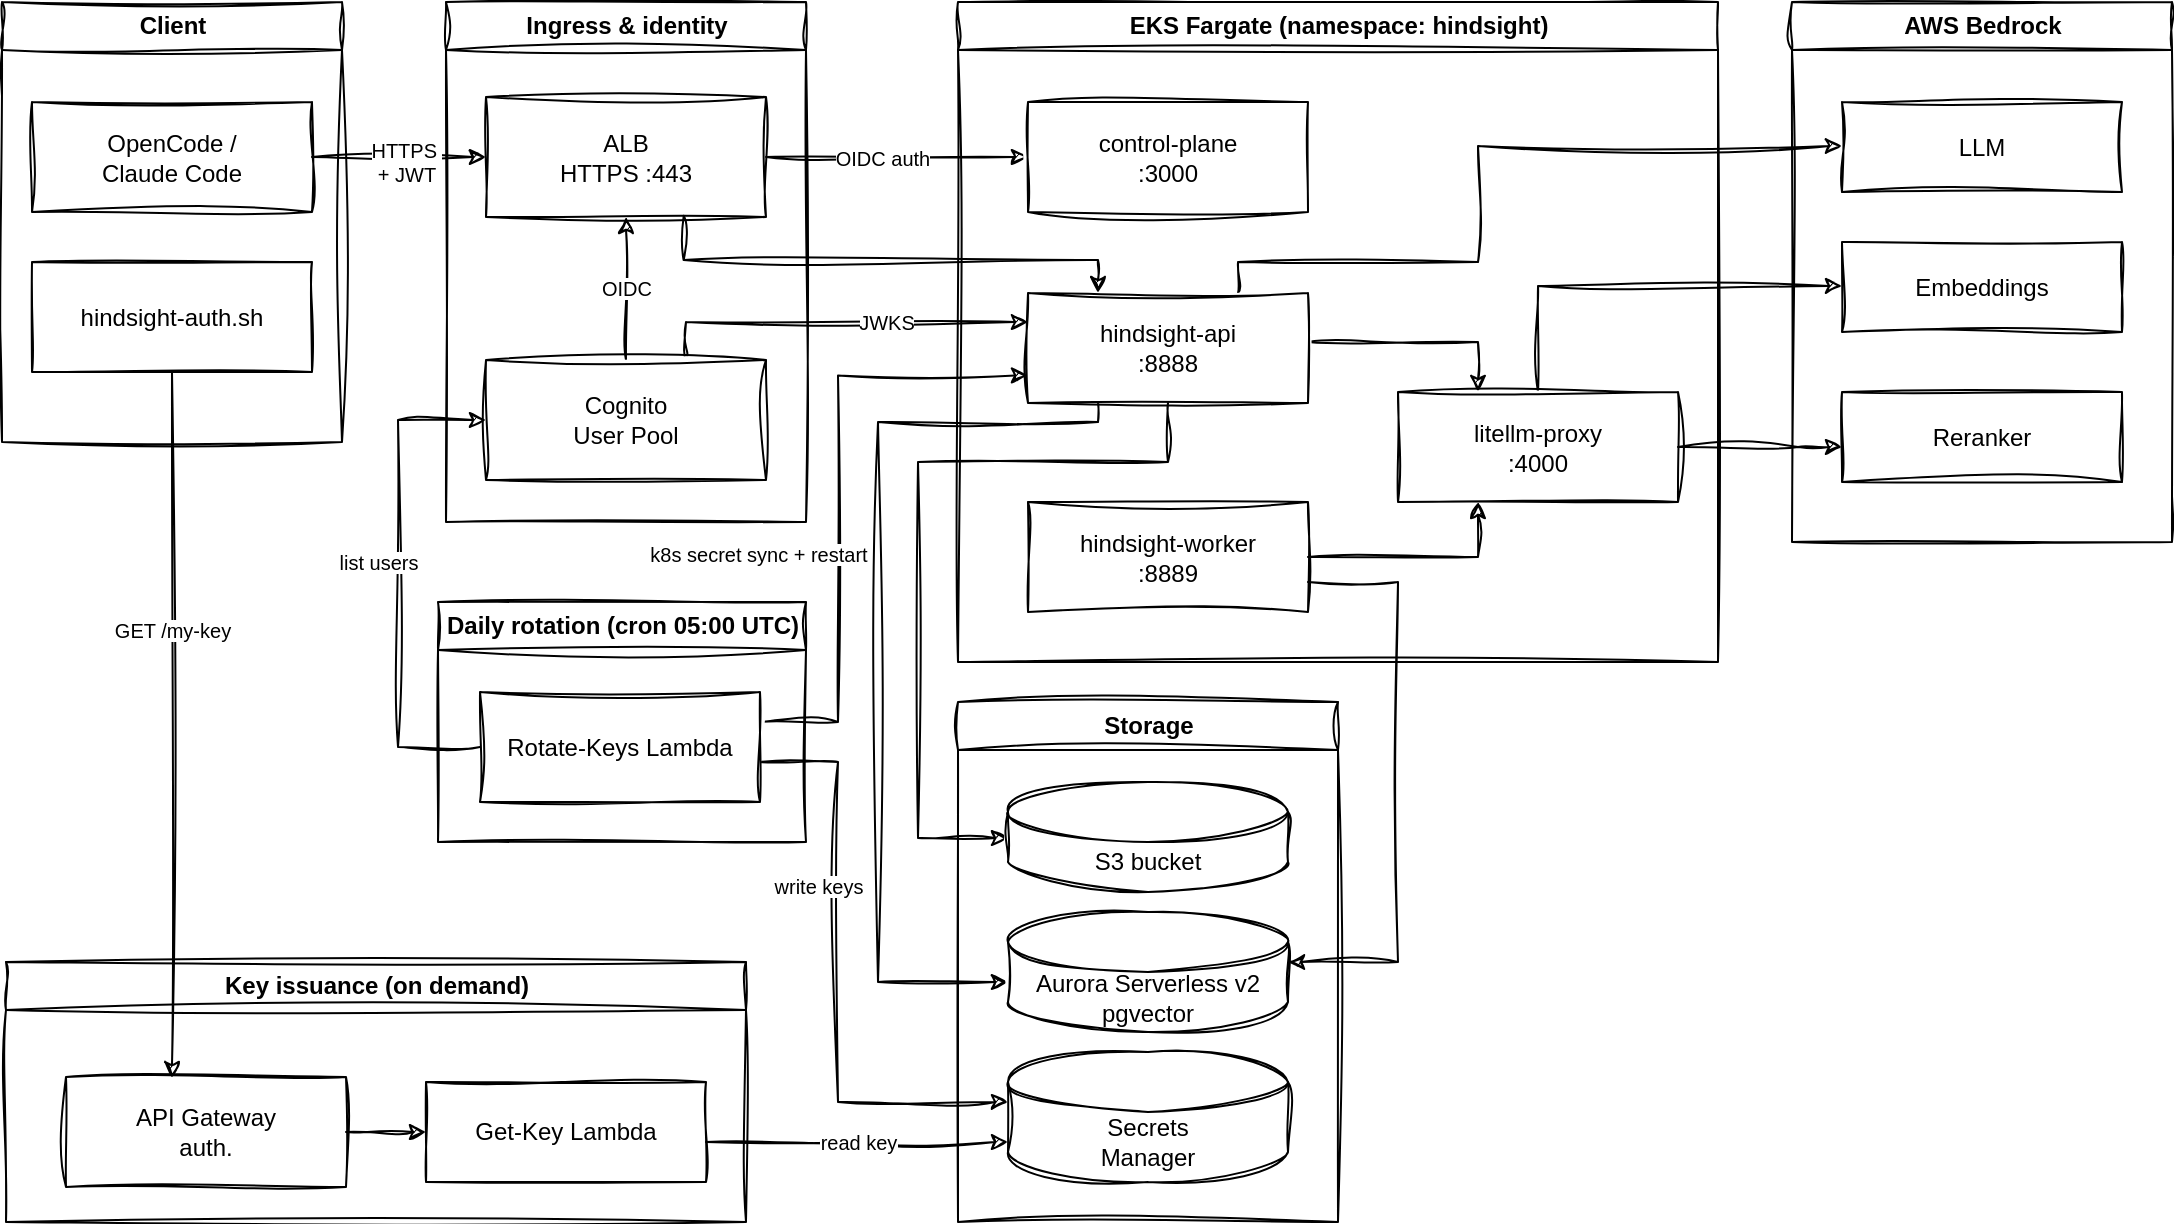
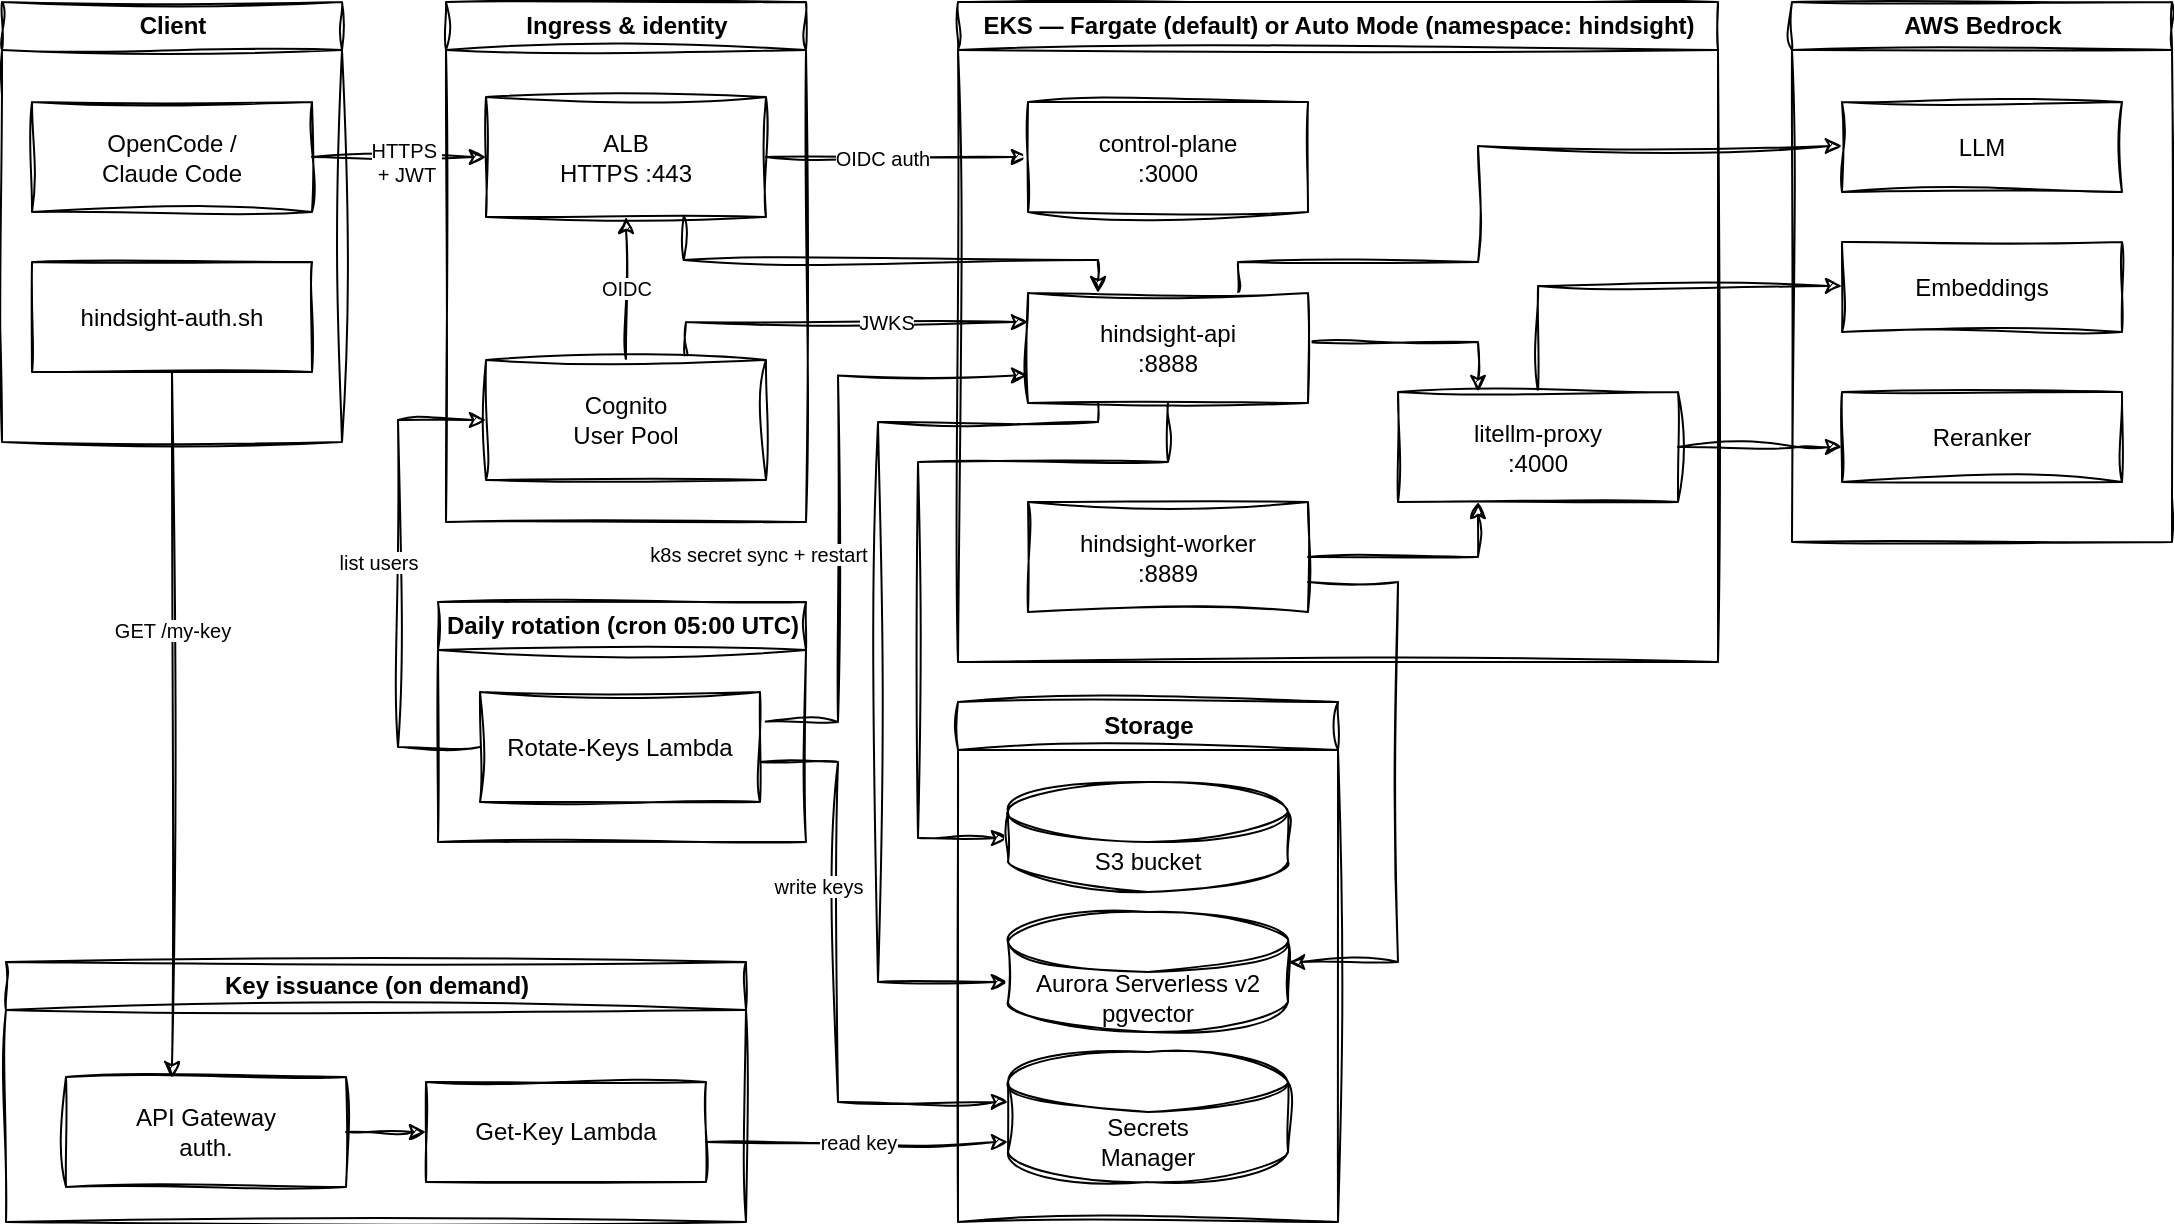
<mxfile host="Electron">
  <diagram name="Page-1" id="SayjkWNpsl7B0pyANfbF">
    <mxGraphModel dx="1230" dy="793" grid="1" gridSize="10" guides="1" tooltips="1" connect="1" arrows="1" fold="1" page="1" pageScale="1" pageWidth="1100" pageHeight="600" math="0" shadow="0" adaptiveColors="auto">
      <root>
        <mxCell id="0" />
        <mxCell id="1" parent="0" />
        <mxCell id="client" parent="1" style="swimlane;startSize=24;html=1;fontStyle=1;container=0;rounded=0;labelBackgroundColor=none;sketch=1;curveFitting=1;jiggle=2;" value="Client" vertex="1">
          <mxGeometry height="220" width="170" x="22" y="30" as="geometry" />
        </mxCell>
        <mxCell id="opencode" parent="client" style="rounded=0;whiteSpace=wrap;html=1;labelBackgroundColor=none;sketch=1;curveFitting=1;jiggle=2;" value="OpenCode /&#xa;Claude Code" vertex="1">
          <mxGeometry height="55" width="140" x="15" y="50" as="geometry" />
        </mxCell>
        <mxCell id="j9zCaUU5265FuVL98uc--2" parent="client" style="rounded=0;whiteSpace=wrap;html=1;fillColor=none;labelBackgroundColor=none;sketch=1;curveFitting=1;jiggle=2;" value="hindsight-auth.sh" vertex="1">
          <mxGeometry height="55" width="140" x="15" y="130" as="geometry" />
        </mxCell>
        <mxCell id="edge" parent="1" style="swimlane;startSize=24;html=1;fontStyle=1;container=0;rounded=0;labelBackgroundColor=none;sketch=1;curveFitting=1;jiggle=2;" value="Ingress &amp; identity" vertex="1">
          <mxGeometry height="260" width="180" x="244" y="30" as="geometry" />
        </mxCell>
        <mxCell id="alb" parent="edge" style="rounded=0;whiteSpace=wrap;html=1;labelBackgroundColor=none;sketch=1;curveFitting=1;jiggle=2;" value="ALB&#xa;HTTPS :443" vertex="1">
          <mxGeometry height="60" width="140" x="20" y="47.5" as="geometry" />
        </mxCell>
-         <mxCell id="eks" parent="1" style="swimlane;startSize=24;html=1;fontStyle=1;movable=1;resizable=1;rotatable=1;deletable=1;editable=1;locked=0;connectable=1;container=0;rounded=0;labelBackgroundColor=none;sketch=1;curveFitting=1;jiggle=2;" value="EKS Fargate (namespace: hindsight)" vertex="1">
+         <mxCell id="eks" parent="1" style="swimlane;startSize=24;html=1;fontStyle=1;movable=1;resizable=1;rotatable=1;deletable=1;editable=1;locked=0;connectable=1;container=0;rounded=0;labelBackgroundColor=none;sketch=1;curveFitting=1;jiggle=2;" value="EKS — Fargate (default) or Auto Mode (namespace: hindsight)" vertex="1">
          <mxGeometry height="330" width="380" x="500" y="30" as="geometry" />
        </mxCell>
        <mxCell id="storage" parent="1" style="swimlane;startSize=24;html=1;fontStyle=1;rounded=0;container=0;labelBackgroundColor=none;sketch=1;curveFitting=1;jiggle=2;" value="Storage" vertex="1">
          <mxGeometry height="260" width="190" x="500" y="380" as="geometry">
            <mxRectangle height="30" width="80" x="500" y="380" as="alternateBounds" />
          </mxGeometry>
        </mxCell>
        <mxCell id="j9zCaUU5265FuVL98uc--7" parent="storage" style="shape=cylinder3;whiteSpace=wrap;html=1;fillColor=none;boundedLbl=1;rounded=0;labelBackgroundColor=none;sketch=1;curveFitting=1;jiggle=2;" value="Secrets&#xa;Manager" vertex="1">
          <mxGeometry height="65" width="140" x="25" y="175" as="geometry" />
        </mxCell>
        <mxCell id="bedrock" parent="1" style="swimlane;startSize=24;html=1;fontStyle=1;rounded=0;container=0;labelBackgroundColor=none;sketch=1;curveFitting=1;jiggle=2;" value="AWS Bedrock" vertex="1">
          <mxGeometry height="270" width="190" x="917" y="30" as="geometry">
            <mxRectangle height="30" width="110" x="917" y="100" as="alternateBounds" />
          </mxGeometry>
        </mxCell>
        <mxCell id="llm" parent="bedrock" style="rounded=0;whiteSpace=wrap;html=1;labelBackgroundColor=none;sketch=1;curveFitting=1;jiggle=2;" value="LLM" vertex="1">
          <mxGeometry height="45" width="140" x="25" y="50" as="geometry" />
        </mxCell>
        <mxCell id="embed" parent="bedrock" style="rounded=0;whiteSpace=wrap;html=1;labelBackgroundColor=none;sketch=1;curveFitting=1;jiggle=2;" value="Embeddings" vertex="1">
          <mxGeometry height="45" width="140" x="25" y="120" as="geometry" />
        </mxCell>
        <mxCell id="rerank" parent="bedrock" style="rounded=0;whiteSpace=wrap;html=1;labelBackgroundColor=none;sketch=1;curveFitting=1;jiggle=2;" value="Reranker" vertex="1">
          <mxGeometry height="45" width="140" x="25" y="195" as="geometry" />
        </mxCell>
        <mxCell id="e1" edge="1" parent="1" source="opencode" style="rounded=0;html=1;fontSize=10;entryX=0;entryY=0.5;entryDx=0;entryDy=0;labelBackgroundColor=none;fontColor=default;sketch=1;curveFitting=1;jiggle=2;" target="alb" value="&lt;span style=&quot;background-color: light-dark(#ffffff, var(--ge-dark-color, #121212));&quot;&gt;HTTPS&amp;nbsp;&lt;/span&gt;&lt;div&gt;&lt;span style=&quot;background-color: light-dark(#ffffff, var(--ge-dark-color, #121212));&quot;&gt;+ JWT&lt;/span&gt;&lt;/div&gt;">
          <mxGeometry relative="1" x="0.0795" y="-2" as="geometry">
            <mxPoint as="offset" />
            <mxPoint x="264" y="220" as="targetPoint" />
          </mxGeometry>
        </mxCell>
        <mxCell id="e2" edge="1" parent="1" source="alb" style="rounded=0;html=1;edgeStyle=orthogonalEdgeStyle;entryX=0.25;entryY=0;entryDx=0;entryDy=0;exitX=0.706;exitY=0.99;exitDx=0;exitDy=0;exitPerimeter=0;labelBackgroundColor=none;fontColor=default;sketch=1;curveFitting=1;jiggle=2;" target="api" value="">
          <mxGeometry relative="1" as="geometry">
            <Array as="points">
              <mxPoint x="363" y="159" />
              <mxPoint x="570" y="159" />
            </Array>
            <mxPoint x="385" y="140" as="sourcePoint" />
            <mxPoint x="570" y="177.5" as="targetPoint" />
          </mxGeometry>
        </mxCell>
        <mxCell id="e3" edge="1" parent="1" source="alb" style="rounded=0;html=1;fontSize=10;exitX=1;exitY=0.5;exitDx=0;exitDy=0;entryX=0;entryY=0.5;entryDx=0;entryDy=0;labelBackgroundColor=none;fontColor=default;sketch=1;curveFitting=1;jiggle=2;" target="cp" value="&lt;span style=&quot;background-color: light-dark(#ffffff, var(--ge-dark-color, #121212));&quot;&gt;OIDC auth&lt;/span&gt;">
          <mxGeometry relative="1" x="-0.1238" as="geometry">
            <mxPoint as="offset" />
            <mxPoint x="420" y="185.0000000000001" as="sourcePoint" />
            <mxPoint x="535" y="115.00000000000011" as="targetPoint" />
          </mxGeometry>
        </mxCell>
        <mxCell id="e4" edge="1" parent="1" source="cognito" style="rounded=0;html=1;fontSize=10;labelBackgroundColor=none;fontColor=default;sketch=1;curveFitting=1;jiggle=2;" target="alb" value="&lt;span style=&quot;background-color: light-dark(#ffffff, var(--ge-dark-color, #121212));&quot;&gt;OIDC&lt;/span&gt;">
          <mxGeometry relative="1" as="geometry" />
        </mxCell>
        <mxCell id="e5" edge="1" parent="1" source="cognito" style="rounded=0;html=1;fontSize=10;edgeStyle=orthogonalEdgeStyle;curved=0;exitX=0.714;exitY=0.004;exitDx=0;exitDy=0;exitPerimeter=0;labelBackgroundColor=none;fontColor=default;sketch=1;curveFitting=1;jiggle=2;" value="&lt;span style=&quot;background-color: light-dark(#ffffff, var(--ge-dark-color, #121212));&quot;&gt;JWKS&lt;/span&gt;">
          <mxGeometry relative="1" x="0.2538" as="geometry">
            <mxPoint as="offset" />
            <Array as="points">
              <mxPoint x="364" y="190" />
            </Array>
            <mxPoint x="400" y="230" as="sourcePoint" />
            <mxPoint x="535" y="190.0000000000001" as="targetPoint" />
          </mxGeometry>
        </mxCell>
        <mxCell id="e6" edge="1" parent="1" source="api" style="rounded=0;html=1;edgeStyle=orthogonalEdgeStyle;curved=0;labelBackgroundColor=none;fontColor=default;sketch=1;curveFitting=1;jiggle=2;" target="aurora" value="">
          <mxGeometry relative="1" as="geometry">
            <Array as="points">
              <mxPoint x="570" y="240" />
              <mxPoint x="460" y="240" />
              <mxPoint x="460" y="520" />
            </Array>
          </mxGeometry>
        </mxCell>
        <mxCell id="e7" edge="1" parent="1" source="api" style="rounded=0;html=1;edgeStyle=orthogonalEdgeStyle;curved=0;labelBackgroundColor=none;fontColor=default;sketch=1;curveFitting=1;jiggle=2;" target="s3" value="">
          <mxGeometry relative="1" as="geometry">
            <Array as="points">
              <mxPoint x="605" y="260" />
              <mxPoint x="480" y="260" />
              <mxPoint x="480" y="448" />
            </Array>
          </mxGeometry>
        </mxCell>
        <mxCell id="e8" edge="1" parent="1" source="api" style="rounded=0;html=1;edgeStyle=orthogonalEdgeStyle;curved=0;exitX=0.75;exitY=0;exitDx=0;exitDy=0;labelBackgroundColor=none;fontColor=default;sketch=1;curveFitting=1;jiggle=2;" target="llm" value="">
          <mxGeometry relative="1" as="geometry">
            <Array as="points">
              <mxPoint x="640" y="160" />
              <mxPoint x="760" y="160" />
              <mxPoint x="760" y="102" />
            </Array>
            <mxPoint x="605" y="183.5" as="sourcePoint" />
            <mxPoint x="965" y="170" as="targetPoint" />
          </mxGeometry>
        </mxCell>
        <mxCell id="e9" edge="1" parent="1" source="api" style="rounded=0;html=1;edgeStyle=orthogonalEdgeStyle;curved=0;labelBackgroundColor=none;fontColor=default;sketch=1;curveFitting=1;jiggle=2;" target="litellm" value="">
          <mxGeometry relative="1" as="geometry">
            <Array as="points">
              <mxPoint x="760" y="200" />
            </Array>
          </mxGeometry>
        </mxCell>
        <mxCell id="e10" edge="1" parent="1" source="worker" style="rounded=0;html=1;edgeStyle=orthogonalEdgeStyle;curved=0;labelBackgroundColor=none;fontColor=default;sketch=1;curveFitting=1;jiggle=2;" target="aurora" value="">
          <mxGeometry relative="1" as="geometry">
            <Array as="points">
              <mxPoint x="720" y="320" />
              <mxPoint x="720" y="510" />
            </Array>
          </mxGeometry>
        </mxCell>
        <mxCell id="e11" edge="1" parent="1" source="worker" style="rounded=0;html=1;edgeStyle=orthogonalEdgeStyle;curved=0;labelBackgroundColor=none;fontColor=default;sketch=1;curveFitting=1;jiggle=2;" target="litellm" value="">
          <mxGeometry relative="1" as="geometry">
            <Array as="points">
              <mxPoint x="760" y="308" />
            </Array>
          </mxGeometry>
        </mxCell>
        <mxCell id="e12" edge="1" parent="1" source="litellm" style="rounded=0;html=1;edgeStyle=orthogonalEdgeStyle;curved=0;labelBackgroundColor=none;fontColor=default;sketch=1;curveFitting=1;jiggle=2;" target="embed" value="">
          <mxGeometry relative="1" as="geometry">
            <Array as="points">
              <mxPoint x="790" y="172" />
            </Array>
          </mxGeometry>
        </mxCell>
        <mxCell id="e13" edge="1" parent="1" source="litellm" style="rounded=0;html=1;edgeStyle=orthogonalEdgeStyle;curved=0;labelBackgroundColor=none;fontColor=default;sketch=1;curveFitting=1;jiggle=2;" target="rerank" value="">
          <mxGeometry relative="1" as="geometry">
            <Array as="points">
              <mxPoint x="920" y="253" />
              <mxPoint x="920" y="253" />
            </Array>
          </mxGeometry>
        </mxCell>
        <mxCell id="cp" parent="1" style="rounded=0;whiteSpace=wrap;html=1;labelBackgroundColor=none;sketch=1;curveFitting=1;jiggle=2;" value="control-plane&#xa;:3000" vertex="1">
          <mxGeometry height="55" width="140" x="535" y="80" as="geometry" />
        </mxCell>
        <mxCell id="api" parent="1" style="rounded=0;whiteSpace=wrap;html=1;labelBackgroundColor=none;sketch=1;curveFitting=1;jiggle=2;" value="hindsight-api&#xa;:8888" vertex="1">
          <mxGeometry height="55" width="140" x="535" y="175.5" as="geometry" />
        </mxCell>
        <mxCell id="worker" parent="1" style="rounded=0;whiteSpace=wrap;html=1;labelBackgroundColor=none;sketch=1;curveFitting=1;jiggle=2;" value="hindsight-worker&#xa;:8889" vertex="1">
          <mxGeometry height="55" width="140" x="535" y="280" as="geometry" />
        </mxCell>
        <mxCell id="litellm" parent="1" style="rounded=0;whiteSpace=wrap;html=1;labelBackgroundColor=none;sketch=1;curveFitting=1;jiggle=2;" value="litellm-proxy&#xa;:4000" vertex="1">
          <mxGeometry height="55" width="140" x="720" y="225" as="geometry" />
        </mxCell>
        <mxCell id="cognito" parent="1" style="rounded=0;whiteSpace=wrap;html=1;labelBackgroundColor=none;sketch=1;curveFitting=1;jiggle=2;" value="Cognito&#xa;User Pool" vertex="1">
          <mxGeometry height="60" width="140" x="264" y="209" as="geometry" />
        </mxCell>
        <mxCell id="s3" parent="1" style="shape=cylinder3;whiteSpace=wrap;html=1;boundedLbl=1;rounded=0;labelBackgroundColor=none;sketch=1;curveFitting=1;jiggle=2;" value="S3 bucket" vertex="1">
          <mxGeometry height="55" width="140" x="525" y="420" as="geometry" />
        </mxCell>
        <mxCell id="aurora" parent="1" style="shape=cylinder3;whiteSpace=wrap;html=1;boundedLbl=1;rounded=0;labelBackgroundColor=none;sketch=1;curveFitting=1;jiggle=2;" value="Aurora Serverless v2&#xa;pgvector" vertex="1">
          <mxGeometry height="60" width="140" x="525" y="485" as="geometry" />
        </mxCell>
        <mxCell id="j9zCaUU5265FuVL98uc--4" parent="1" style="swimlane;startSize=24;html=1;fontStyle=1;container=0;rounded=0;labelBackgroundColor=none;sketch=1;curveFitting=1;jiggle=2;" value="Key issuance (on demand)" vertex="1">
          <mxGeometry height="130" width="370" x="24" y="510" as="geometry" />
        </mxCell>
        <mxCell id="j9zCaUU5265FuVL98uc--5" parent="j9zCaUU5265FuVL98uc--4" style="rounded=0;whiteSpace=wrap;html=1;labelBackgroundColor=none;sketch=1;curveFitting=1;jiggle=2;" value="Get-Key Lambda" vertex="1">
          <mxGeometry height="50" width="140" x="210" y="60" as="geometry" />
        </mxCell>
        <mxCell id="j9zCaUU5265FuVL98uc--15" parent="j9zCaUU5265FuVL98uc--4" style="rounded=0;whiteSpace=wrap;html=1;labelBackgroundColor=none;sketch=1;curveFitting=1;jiggle=2;" value="API Gateway&#xa;auth.&lt;domain&gt;" vertex="1">
          <mxGeometry height="55" width="140" x="30" y="57.5" as="geometry" />
        </mxCell>
        <mxCell id="j9zCaUU5265FuVL98uc--10" edge="1" parent="j9zCaUU5265FuVL98uc--4" source="j9zCaUU5265FuVL98uc--15" style="rounded=0;html=1;labelBackgroundColor=none;fontColor=default;sketch=1;curveFitting=1;jiggle=2;" target="j9zCaUU5265FuVL98uc--5" value="">
          <mxGeometry relative="1" as="geometry" />
        </mxCell>
        <mxCell id="j9zCaUU5265FuVL98uc--6" parent="1" style="swimlane;startSize=24;html=1;fontStyle=1;container=0;rounded=0;labelBackgroundColor=none;sketch=1;curveFitting=1;jiggle=2;" value="Daily rotation (cron 05:00 UTC)" vertex="1">
          <mxGeometry height="120" width="184" x="240" y="330" as="geometry" />
        </mxCell>
        <mxCell id="j9zCaUU5265FuVL98uc--9" edge="1" parent="1" source="j9zCaUU5265FuVL98uc--2" style="rounded=0;html=1;fontSize=10;exitX=0.5;exitY=1;exitDx=0;exitDy=0;labelBackgroundColor=none;fontColor=default;sketch=1;curveFitting=1;jiggle=2;" value="&lt;span style=&quot;background-color: light-dark(#ffffff, var(--ge-dark-color, #121212));&quot;&gt;GET /my-key&lt;/span&gt;">
          <mxGeometry relative="1" x="-0.2727" as="geometry">
            <mxPoint as="offset" />
            <mxPoint x="107" y="568" as="targetPoint" />
          </mxGeometry>
        </mxCell>
        <mxCell id="j9zCaUU5265FuVL98uc--11" edge="1" parent="1" source="j9zCaUU5265FuVL98uc--5" style="rounded=0;html=1;fontSize=10;edgeStyle=orthogonalEdgeStyle;curved=0;labelBackgroundColor=none;fontColor=default;sketch=1;curveFitting=1;jiggle=2;" target="j9zCaUU5265FuVL98uc--7" value="&lt;span style=&quot;background-color: light-dark(#ffffff, var(--ge-dark-color, #121212));&quot;&gt;read key&lt;/span&gt;">
          <mxGeometry relative="1" as="geometry">
            <Array as="points">
              <mxPoint x="450" y="600" />
              <mxPoint x="450" y="600" />
            </Array>
          </mxGeometry>
        </mxCell>
        <mxCell id="j9zCaUU5265FuVL98uc--12" edge="1" parent="1" source="j9zCaUU5265FuVL98uc--16" style="rounded=0;html=1;fontSize=10;edgeStyle=orthogonalEdgeStyle;entryX=0;entryY=0.5;entryDx=0;entryDy=0;labelBackgroundColor=none;fontColor=default;sketch=1;curveFitting=1;jiggle=2;" target="cognito" value="&lt;span style=&quot;background-color: light-dark(#ffffff, var(--ge-dark-color, #121212));&quot;&gt;list users&lt;/span&gt;">
          <mxGeometry relative="1" x="0.0744" y="10" as="geometry">
            <mxPoint as="offset" />
            <Array as="points">
              <mxPoint x="220" y="402" />
              <mxPoint x="220" y="239" />
            </Array>
            <mxPoint x="-100" y="790" as="targetPoint" />
          </mxGeometry>
        </mxCell>
        <mxCell id="j9zCaUU5265FuVL98uc--13" edge="1" parent="1" source="j9zCaUU5265FuVL98uc--16" style="rounded=0;html=1;fontSize=10;edgeStyle=orthogonalEdgeStyle;curved=0;labelBackgroundColor=none;fontColor=default;sketch=1;curveFitting=1;jiggle=2;" target="j9zCaUU5265FuVL98uc--7" value="&lt;span style=&quot;background-color: light-dark(#ffffff, var(--ge-dark-color, #121212));&quot;&gt;write keys&lt;/span&gt;">
          <mxGeometry relative="1" x="-0.3139" y="-10" as="geometry">
            <mxPoint as="offset" />
            <Array as="points">
              <mxPoint x="440" y="410" />
              <mxPoint x="440" y="580" />
            </Array>
          </mxGeometry>
        </mxCell>
        <mxCell id="j9zCaUU5265FuVL98uc--14" edge="1" parent="1" source="j9zCaUU5265FuVL98uc--16" style="rounded=0;html=1;fontSize=10;edgeStyle=orthogonalEdgeStyle;curved=0;entryX=0;entryY=0.75;entryDx=0;entryDy=0;labelBackgroundColor=none;fontColor=default;sketch=1;curveFitting=1;jiggle=2;" target="api" value="&lt;span style=&quot;background-color: light-dark(#ffffff, var(--ge-dark-color, #121212));&quot;&gt;k8s secret sync + restart&lt;/span&gt;">
          <mxGeometry relative="1" x="-0.198" y="40" as="geometry">
            <mxPoint as="offset" />
            <Array as="points">
              <mxPoint x="440" y="390" />
              <mxPoint x="440" y="217" />
            </Array>
            <mxPoint x="190" y="818" as="targetPoint" />
          </mxGeometry>
        </mxCell>
        <mxCell id="j9zCaUU5265FuVL98uc--16" parent="1" style="rounded=0;whiteSpace=wrap;html=1;labelBackgroundColor=none;sketch=1;curveFitting=1;jiggle=2;" value="Rotate-Keys Lambda" vertex="1">
          <mxGeometry height="55" width="140" x="261" y="375" as="geometry" />
        </mxCell>
      </root>
    </mxGraphModel>
  </diagram>
</mxfile>
